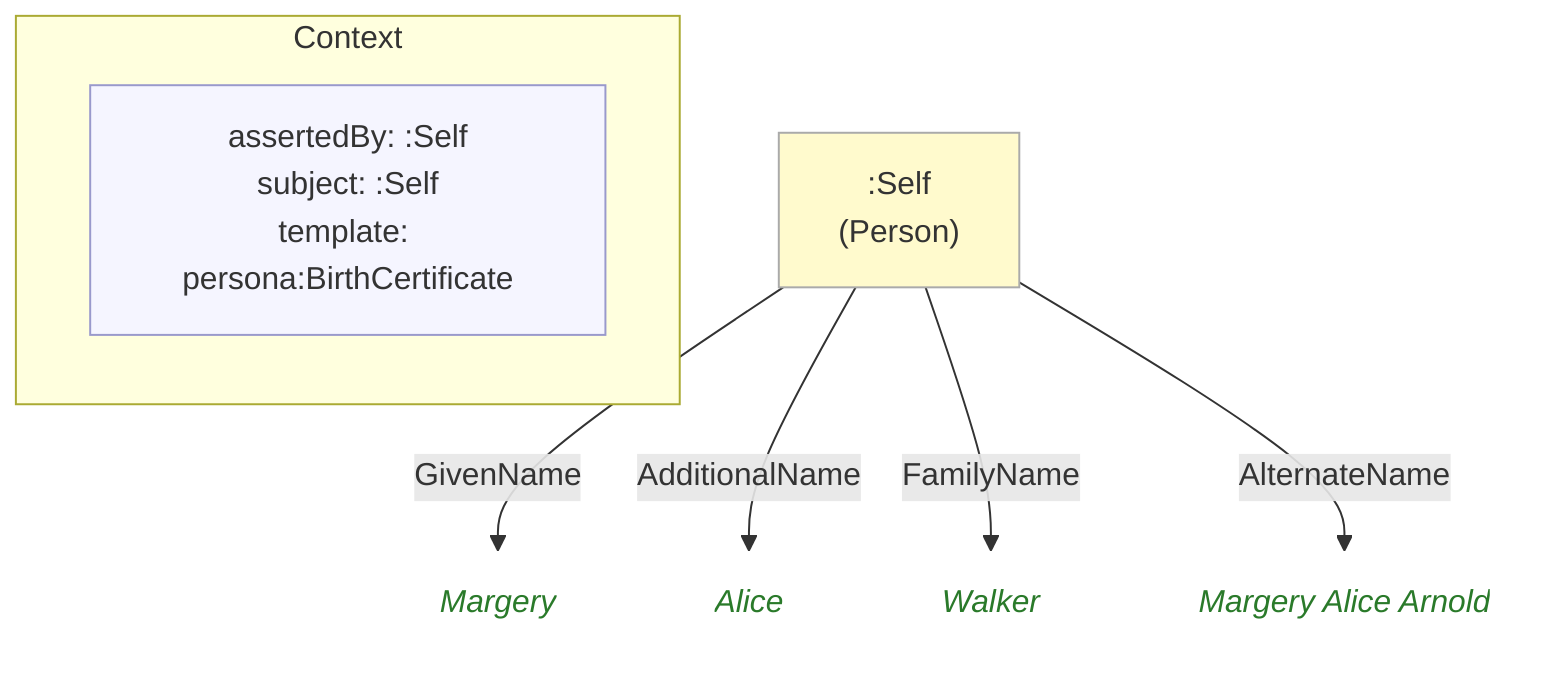
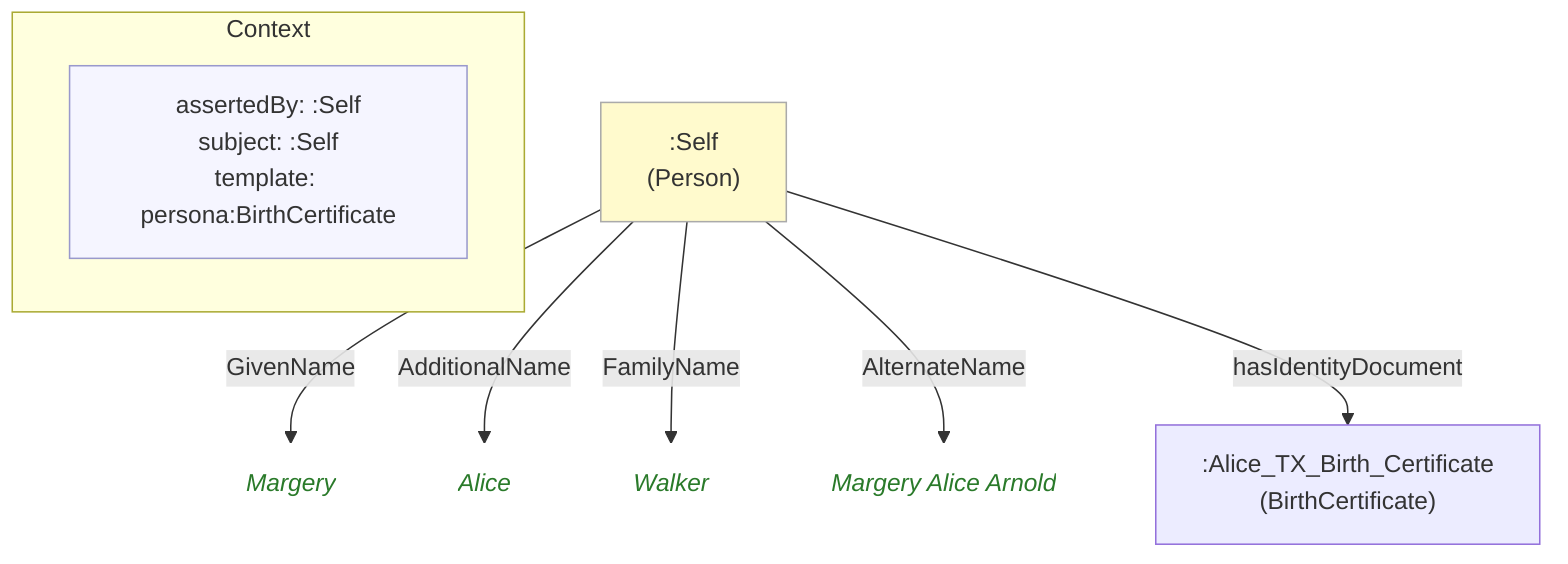
flowchart TD
    classDef person fill:#fffacd,stroke:#aaa,color:#333
    classDef grp    fill:#d4edda,stroke:#aaa,color:#333
    classDef org    fill:#cce5ff,stroke:#aaa,color:#333
    classDef lit    fill:none,stroke:none,font-style:italic,color:#2a7a2a
    classDef meta   fill:#f5f5ff,stroke:#9999cc,color:#333

    subgraph ctx["Context"]
        direction LR
        ctx_meta["assertedBy: :Self\nsubject: :Self\ntemplate: persona:BirthCertificate"]:::meta
    end

+     n0b5b9e968f7f[":Alice_TX_Birth_Certificate\n(BirthCertificate)"]
    ne0c3ba92f1db[":Self\n(Person)"]:::person
-     n531715e91915("Margery"):::lit
-     nc2700f8862bd("Alice"):::lit
-     n77f6e11fc428("Walker"):::lit
-     n236a2f2bb212("Margery Alice Arnold"):::lit
+     neb74c94c67ee("Margery"):::lit
+     n9a86596b202d("Alice"):::lit
+     ncb4117b7b672("Walker"):::lit
+     nfa9e4bd637c5("Margery Alice Arnold"):::lit

-     ne0c3ba92f1db -->|"GivenName"| n531715e91915
-     ne0c3ba92f1db -->|"AdditionalName"| nc2700f8862bd
-     ne0c3ba92f1db -->|"FamilyName"| n77f6e11fc428
-     ne0c3ba92f1db -->|"AlternateName"| n236a2f2bb212
+     ne0c3ba92f1db -->|"GivenName"| neb74c94c67ee
+     ne0c3ba92f1db -->|"AdditionalName"| n9a86596b202d
+     ne0c3ba92f1db -->|"FamilyName"| ncb4117b7b672
+     ne0c3ba92f1db -->|"AlternateName"| nfa9e4bd637c5
+     ne0c3ba92f1db -->|"hasIdentityDocument"| n0b5b9e968f7f
